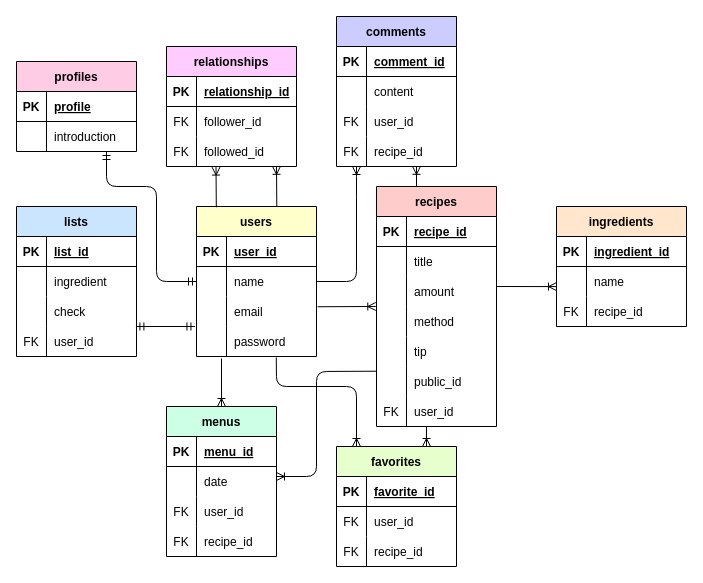
Before: config/table.dio in yuuuuki15/recipe_app, a draw.io diagram. Source tidied: cells renumbered, new cells numbered last; positions are measured from the earlier drawing's top-left corner, leaving out a move shared by most shapes. Both pictures are drawn from the tidied source at 100%, with x=0, y=0 at pixel (16, 16).
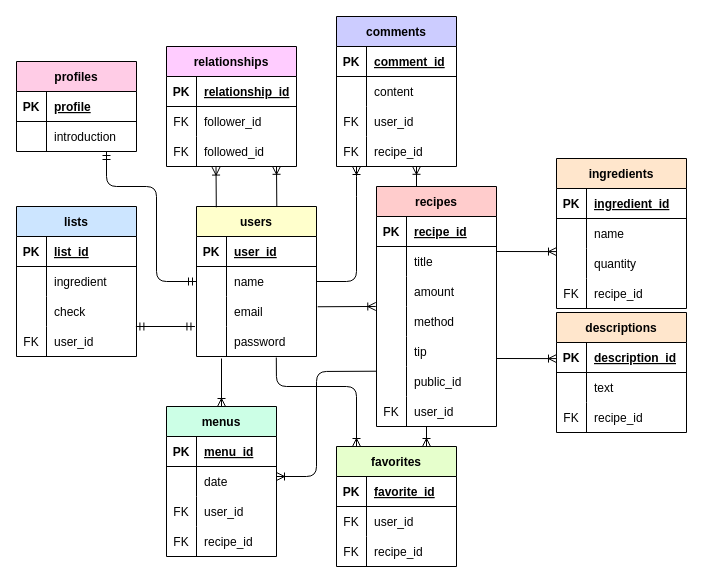
The same diagram, later.

Diff of the diagram source:
```diff
@@
     <mxCell id="37" value="ingredients" style="shape=table;startSize=30;childLayout=tableLayout;rowLines=0;fontStyle=1;align=center;labelBackgroundColor=none;labelBorderColor=none;fillColor=#FFE6CC;fontColor=#000000;" parent="1" vertex="1">
-      <mxGeometry x="540" y="190" width="130" height="120" as="geometry" />
+      <mxGeometry x="540" y="142" width="130" height="150" as="geometry" />
     </mxCell>
@@
+    <mxCell id="125" style="shape=partialRectangle;fillColor=none;top=0;left=0;bottom=0;right=0;" parent="37" vertex="1">
+      <mxGeometry y="90" width="130" height="30" as="geometry" />
+    </mxCell>
+    <mxCell id="126" style="shape=partialRectangle;fillColor=none;top=0;left=0;bottom=0;right=0;overflow=hidden;" parent="125" vertex="1">
+      <mxGeometry width="30" height="30" as="geometry" />
+    </mxCell>
+    <mxCell id="127" value="quantity" style="shape=partialRectangle;fillColor=none;top=0;left=0;bottom=0;right=0;align=left;spacingLeft=6;overflow=hidden;" parent="125" vertex="1">
+      <mxGeometry x="30" width="100" height="30" as="geometry" />
+    </mxCell>
     <mxCell id="44" style="shape=partialRectangle;fillColor=none;top=0;left=0;bottom=0;right=0;" parent="37" vertex="1">
-      <mxGeometry y="90" width="130" height="30" as="geometry" />
+      <mxGeometry y="120" width="130" height="30" as="geometry" />
     </mxCell>
@@
     <mxCell id="123" style="fontSize=12;html=1;endArrow=ERoneToMany;entryX=-0.006;entryY=0.999;entryDx=0;entryDy=0;entryPerimeter=0;exitX=0.994;exitY=-0.005;exitDx=0;exitDy=0;exitPerimeter=0;" parent="1" edge="1">
       <mxGeometry relative="1" as="geometry">
-        <mxPoint x="480" y="270" as="sourcePoint" />
-        <mxPoint x="540" y="270.1" as="targetPoint" />
+        <mxPoint x="480" y="235" as="sourcePoint" />
+        <mxPoint x="540" y="235.1" as="targetPoint" />
       </mxGeometry>
     </mxCell>
@@
+    <mxCell id="128" value="descriptions" style="shape=table;startSize=30;childLayout=tableLayout;rowLines=0;fontStyle=1;align=center;labelBackgroundColor=none;labelBorderColor=none;fillColor=#FFE6CC;fontColor=#000000;" parent="1" vertex="1">
+      <mxGeometry x="540" y="296" width="130" height="120" as="geometry" />
+    </mxCell>
+    <mxCell id="129" style="shape=partialRectangle;fillColor=none;top=0;left=0;bottom=1;right=0;" parent="128" vertex="1">
+      <mxGeometry y="30" width="130" height="30" as="geometry" />
+    </mxCell>
+    <mxCell id="130" value="PK" style="shape=partialRectangle;fillColor=none;top=0;left=0;bottom=0;right=0;fontStyle=1;overflow=hidden;" parent="129" vertex="1">
+      <mxGeometry width="30" height="30" as="geometry" />
+    </mxCell>
+    <mxCell id="131" value="description_id" style="shape=partialRectangle;fillColor=none;top=0;left=0;bottom=0;right=0;align=left;spacingLeft=6;fontStyle=5;overflow=hidden;" parent="129" vertex="1">
+      <mxGeometry x="30" width="100" height="30" as="geometry" />
+    </mxCell>
+    <mxCell id="132" style="shape=partialRectangle;fillColor=none;top=0;left=0;bottom=0;right=0;" parent="128" vertex="1">
+      <mxGeometry y="60" width="130" height="30" as="geometry" />
+    </mxCell>
+    <mxCell id="133" style="shape=partialRectangle;fillColor=none;top=0;left=0;bottom=0;right=0;overflow=hidden;" parent="132" vertex="1">
+      <mxGeometry width="30" height="30" as="geometry" />
+    </mxCell>
+    <mxCell id="134" value="text" style="shape=partialRectangle;fillColor=none;top=0;left=0;bottom=0;right=0;align=left;spacingLeft=6;overflow=hidden;" parent="132" vertex="1">
+      <mxGeometry x="30" width="100" height="30" as="geometry" />
+    </mxCell>
+    <mxCell id="135" style="shape=partialRectangle;fillColor=none;top=0;left=0;bottom=0;right=0;" parent="128" vertex="1">
+      <mxGeometry y="90" width="130" height="30" as="geometry" />
+    </mxCell>
+    <mxCell id="136" value="FK" style="shape=partialRectangle;fillColor=none;top=0;left=0;bottom=0;right=0;overflow=hidden;" parent="135" vertex="1">
+      <mxGeometry width="30" height="30" as="geometry" />
+    </mxCell>
+    <mxCell id="137" value="recipe_id" style="shape=partialRectangle;fillColor=none;top=0;left=0;bottom=0;right=0;align=left;spacingLeft=6;overflow=hidden;" parent="135" vertex="1">
+      <mxGeometry x="30" width="100" height="30" as="geometry" />
+    </mxCell>
+    <mxCell id="138" style="fontSize=12;html=1;endArrow=ERoneToMany;entryX=-0.006;entryY=0.999;entryDx=0;entryDy=0;entryPerimeter=0;exitX=0.994;exitY=-0.005;exitDx=0;exitDy=0;exitPerimeter=0;" parent="1" edge="1">
+      <mxGeometry relative="1" as="geometry">
+        <mxPoint x="480" y="342" as="sourcePoint" />
+        <mxPoint x="540" y="342.1" as="targetPoint" />
+      </mxGeometry>
+    </mxCell>
```
